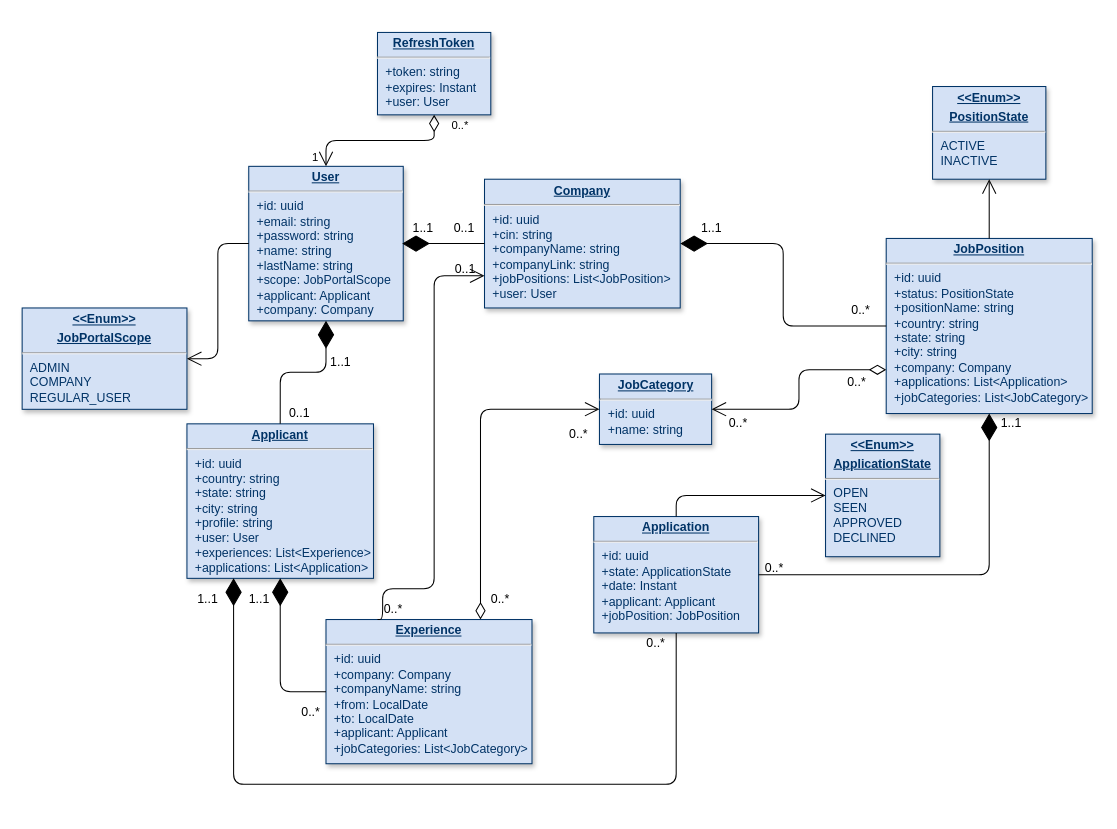
The draw.io diagram diagrams/Class.drawio in BUTAJI9l-IT/job-portal, before the edit. Source tidied: cells renumbered, new cells numbered last; positions are measured from the earlier drawing's top-left corner, leaving out a move shared by most shapes. Both pictures are drawn from the tidied source at 103%, with x=0, y=0 at pixel (22, 32).
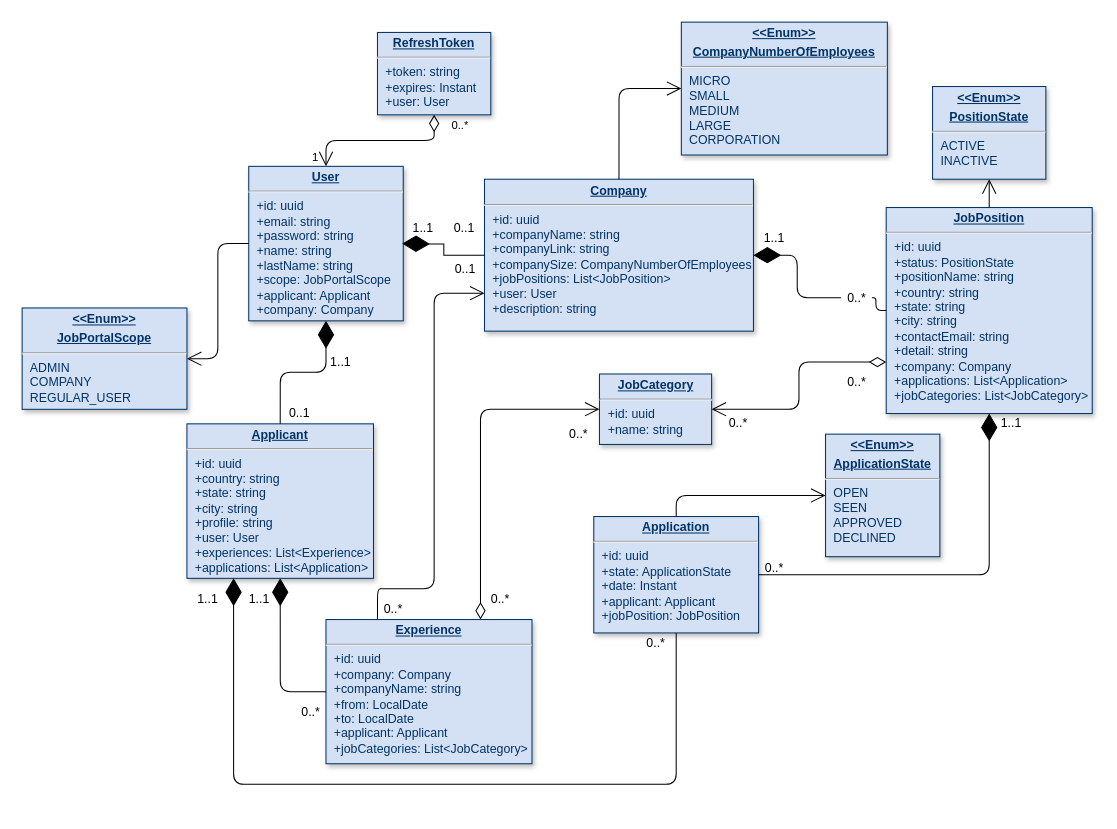
After the change.

The edit, as a diff of the source:
```diff
@@
-    <mxCell id="3" value="&lt;p style=&quot;margin: 0px; margin-top: 4px; text-align: center; text-decoration: underline;&quot;&gt;&lt;strong&gt;Company&lt;/strong&gt;&lt;/p&gt;&lt;hr&gt;&lt;p style=&quot;margin: 0px; margin-left: 8px;&quot;&gt;+id: uuid&lt;/p&gt;&lt;p style=&quot;margin: 0px; margin-left: 8px;&quot;&gt;+cin: string&lt;/p&gt;&lt;p style=&quot;margin: 0px; margin-left: 8px;&quot;&gt;+companyName: string&lt;/p&gt;&lt;p style=&quot;margin: 0px; margin-left: 8px;&quot;&gt;+companyLink: string&lt;/p&gt;&lt;p style=&quot;margin: 0px; margin-left: 8px;&quot;&gt;+jobPositions: List&amp;lt;JobPosition&amp;gt;&lt;/p&gt;&lt;p style=&quot;margin: 0px; margin-left: 8px;&quot;&gt;+user: User&lt;/p&gt;" style="verticalAlign=top;align=left;overflow=fill;fontSize=12;fontFamily=Helvetica;html=1;strokeColor=#003366;shadow=1;fillColor=#D4E1F5;fontColor=#003366;" parent="1" vertex="1">
-      <mxGeometry x="448.9" y="142.5" width="190" height="125" as="geometry" />
+    <mxCell id="3" value="&lt;p style=&quot;margin: 0px; margin-top: 4px; text-align: center; text-decoration: underline;&quot;&gt;&lt;strong&gt;Company&lt;/strong&gt;&lt;/p&gt;&lt;hr&gt;&lt;p style=&quot;margin: 0px; margin-left: 8px;&quot;&gt;+id: uuid&lt;/p&gt;&lt;p style=&quot;margin: 0px; margin-left: 8px;&quot;&gt;&lt;span style=&quot;background-color: initial;&quot;&gt;+companyName: string&lt;/span&gt;&lt;br&gt;&lt;/p&gt;&lt;p style=&quot;margin: 0px; margin-left: 8px;&quot;&gt;+companyLink: string&lt;/p&gt;&lt;p style=&quot;margin: 0px; margin-left: 8px;&quot;&gt;+companySize: CompanyNumberOfEmployees&lt;/p&gt;&lt;p style=&quot;margin: 0px; margin-left: 8px;&quot;&gt;+jobPositions: List&amp;lt;JobPosition&amp;gt;&lt;/p&gt;&lt;p style=&quot;margin: 0px; margin-left: 8px;&quot;&gt;+user: User&lt;/p&gt;&lt;p style=&quot;margin: 0px; margin-left: 8px;&quot;&gt;+description: string&lt;/p&gt;" style="verticalAlign=top;align=left;overflow=fill;fontSize=12;fontFamily=Helvetica;html=1;strokeColor=#003366;shadow=1;fillColor=#D4E1F5;fontColor=#003366;" parent="1" vertex="1">
+      <mxGeometry x="448.9" y="142.5" width="261.1" height="147.5" as="geometry" />
     </mxCell>
@@
-    <mxCell id="9" value="&lt;p style=&quot;margin: 0px; margin-top: 4px; text-align: center; text-decoration: underline;&quot;&gt;&lt;b&gt;JobPosition&lt;/b&gt;&lt;/p&gt;&lt;hr&gt;&lt;p style=&quot;margin: 0px; margin-left: 8px;&quot;&gt;+id: uuid&lt;/p&gt;&lt;p style=&quot;margin: 0px; margin-left: 8px;&quot;&gt;+status: PositionState&lt;/p&gt;&lt;p style=&quot;margin: 0px; margin-left: 8px;&quot;&gt;+positionName: string&lt;/p&gt;&lt;p style=&quot;margin: 0px; margin-left: 8px;&quot;&gt;+country: string&lt;/p&gt;&lt;p style=&quot;margin: 0px; margin-left: 8px;&quot;&gt;+state: string&lt;/p&gt;&lt;p style=&quot;margin: 0px; margin-left: 8px;&quot;&gt;+city: string&lt;/p&gt;&lt;p style=&quot;margin: 0px; margin-left: 8px;&quot;&gt;+company: Company&lt;/p&gt;&lt;p style=&quot;margin: 0px; margin-left: 8px;&quot;&gt;+applications: List&amp;lt;Application&amp;gt;&lt;/p&gt;&lt;p style=&quot;margin: 0px; margin-left: 8px;&quot;&gt;+jobCategories: List&amp;lt;JobCategory&amp;gt;&lt;/p&gt;&lt;p style=&quot;margin: 0px; margin-left: 8px;&quot;&gt;&lt;br&gt;&lt;/p&gt;" style="verticalAlign=top;align=left;overflow=fill;fontSize=12;fontFamily=Helvetica;html=1;strokeColor=#003366;shadow=1;fillColor=#D4E1F5;fontColor=#003366;" parent="1" vertex="1">
-      <mxGeometry x="838.9" y="200" width="200" height="170" as="geometry" />
+    <mxCell id="9" value="&lt;p style=&quot;margin: 0px; margin-top: 4px; text-align: center; text-decoration: underline;&quot;&gt;&lt;b&gt;JobPosition&lt;/b&gt;&lt;/p&gt;&lt;hr&gt;&lt;p style=&quot;margin: 0px; margin-left: 8px;&quot;&gt;+id: uuid&lt;/p&gt;&lt;p style=&quot;margin: 0px; margin-left: 8px;&quot;&gt;+status: PositionState&lt;/p&gt;&lt;p style=&quot;margin: 0px; margin-left: 8px;&quot;&gt;+positionName: string&lt;/p&gt;&lt;p style=&quot;margin: 0px; margin-left: 8px;&quot;&gt;+country: string&lt;/p&gt;&lt;p style=&quot;margin: 0px; margin-left: 8px;&quot;&gt;+state: string&lt;/p&gt;&lt;p style=&quot;margin: 0px; margin-left: 8px;&quot;&gt;+city: string&lt;/p&gt;&lt;p style=&quot;margin: 0px; margin-left: 8px;&quot;&gt;+contactEmail: string&lt;br&gt;+detail: string&lt;/p&gt;&lt;p style=&quot;margin: 0px; margin-left: 8px;&quot;&gt;+company: Company&lt;/p&gt;&lt;p style=&quot;margin: 0px; margin-left: 8px;&quot;&gt;+applications: List&amp;lt;Application&amp;gt;&lt;/p&gt;&lt;p style=&quot;margin: 0px; margin-left: 8px;&quot;&gt;+jobCategories: List&amp;lt;JobCategory&amp;gt;&lt;/p&gt;&lt;p style=&quot;margin: 0px; margin-left: 8px;&quot;&gt;&lt;br&gt;&lt;/p&gt;" style="verticalAlign=top;align=left;overflow=fill;fontSize=12;fontFamily=Helvetica;html=1;strokeColor=#003366;shadow=1;fillColor=#D4E1F5;fontColor=#003366;" parent="1" vertex="1">
+      <mxGeometry x="838.9" y="170" width="200" height="200" as="geometry" />
     </mxCell>
@@
-    <mxCell id="15" value="0..*" style="text;html=1;align=center;verticalAlign=middle;points=[];strokeColor=none;fillColor=none;" parent="1" vertex="1">
-      <mxGeometry x="798.9" y="260" width="30" height="20" as="geometry" />
-    </mxCell>
@@
     <mxCell id="20" value="1..1" style="text;html=1;align=center;verticalAlign=middle;strokeColor=none;fillColor=none;" parent="1" vertex="1">
-      <mxGeometry x="648.9" y="180" width="40" height="20" as="geometry" />
+      <mxGeometry x="710" y="190" width="40" height="20" as="geometry" />
     </mxCell>
-    <mxCell id="21" style="endArrow=diamondThin;endFill=1;endSize=24;html=1;rounded=1;edgeStyle=orthogonalEdgeStyle;entryX=1;entryY=0.5;entryDx=0;entryDy=0;" parent="1" edge="1" source="9" target="3">
+    <mxCell id="21" style="endArrow=diamondThin;endFill=1;endSize=24;html=1;rounded=1;edgeStyle=orthogonalEdgeStyle;entryX=1;entryY=0.5;entryDx=0;entryDy=0;startArrow=none;" parent="1" edge="1" source="15" target="3">
       <mxGeometry relative="1" as="geometry" />
     </mxCell>
@@
+    <mxCell id="45" value="&lt;p style=&quot;margin: 0px; margin-top: 4px; text-align: center; text-decoration: underline;&quot;&gt;&lt;b&gt;&amp;lt;&amp;lt;Enum&amp;gt;&amp;gt;&lt;/b&gt;&lt;strong&gt;&lt;br&gt;&lt;/strong&gt;&lt;/p&gt;&lt;p style=&quot;margin: 0px; margin-top: 4px; text-align: center; text-decoration: underline;&quot;&gt;&lt;b&gt;&lt;span style=&quot;text-align: left;&quot;&gt;CompanyNumberOfEmployees&lt;/span&gt;&lt;br&gt;&lt;/b&gt;&lt;/p&gt;&lt;hr&gt;&lt;p style=&quot;margin: 0px; margin-left: 8px;&quot;&gt;MICRO&lt;br&gt;SMALL&lt;/p&gt;&lt;p style=&quot;margin: 0px; margin-left: 8px;&quot;&gt;MEDIUM&lt;/p&gt;&lt;p style=&quot;margin: 0px; margin-left: 8px;&quot;&gt;LARGE&lt;br&gt;CORPORATION&lt;/p&gt;" style="verticalAlign=top;align=left;overflow=fill;fontSize=12;fontFamily=Helvetica;html=1;strokeColor=#003366;shadow=1;fillColor=#D4E1F5;fontColor=#003366;" parent="1" vertex="1">
+      <mxGeometry x="640" y="-10" width="200" height="129" as="geometry" />
+    </mxCell>
+    <mxCell id="46" style="endArrow=open;endFill=1;endSize=12;html=1;rounded=1;labelBackgroundColor=default;fontFamily=Helvetica;fontSize=11;fontColor=none;strokeColor=default;strokeWidth=1;shape=connector;exitX=0.5;exitY=0;exitDx=0;exitDy=0;edgeStyle=orthogonalEdgeStyle;entryX=0;entryY=0.5;entryDx=0;entryDy=0;" parent="1" edge="1" source="3" target="45">
+      <mxGeometry relative="1" as="geometry" />
+    </mxCell>
+    <mxCell id="15" value="0..*" style="text;html=1;align=center;verticalAlign=middle;points=[];strokeColor=none;fillColor=none;" parent="1" vertex="1">
+      <mxGeometry x="795" y="247.5" width="30" height="20" as="geometry" />
+    </mxCell>
+    <mxCell id="47" style="endArrow=none;endFill=1;endSize=24;html=1;rounded=1;edgeStyle=orthogonalEdgeStyle;entryX=1;entryY=0.5;entryDx=0;entryDy=0;" parent="1" edge="1" source="9" target="15">
+      <mxGeometry relative="1" as="geometry" />
+    </mxCell>
```
